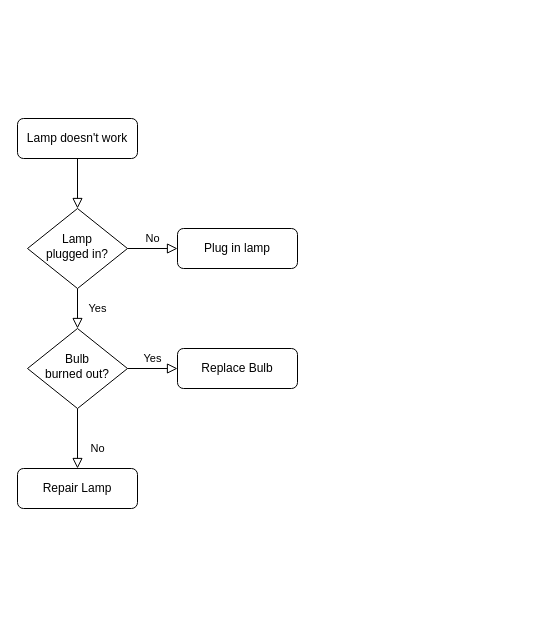
Above: page "Registration" (1 of 15) of Activity Diagram.drawio in shamim36/Final-Defence-Diagram (draw.io), before the change. Source tidied: cells renumbered, new cells numbered last; positions are measured from the earlier drawing's top-left corner, leaving out a move shared by most shapes. Both pictures are drawn from the tidied source at 100%, with x=0, y=0 at pixel (17, 118).
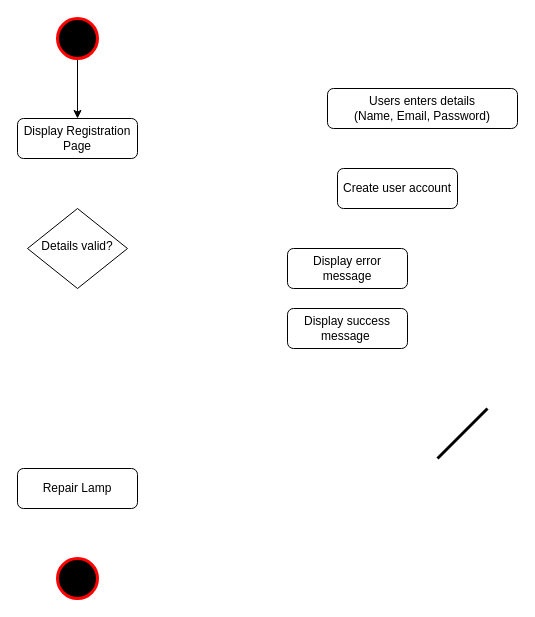
The same diagram, later.

Change to the diagram source:
```diff
@@
 <mxGraphModel>
   <root>
     <mxCell id="0" />
     <mxCell id="1" parent="0" />
-    <mxCell id="2" style="rounded=0;html=1;jettySize=auto;fontSize=11;endArrow=block;endFill=0;endSize=8;strokeWidth=1;shadow=0;labelBackgroundColor=none;edgeStyle=orthogonalEdgeStyle;" parent="1" edge="1" source="3" target="6">
-      <mxGeometry relative="1" as="geometry" />
-    </mxCell>
-    <mxCell id="3" value="Lamp doesn't work" style="rounded=1;whiteSpace=wrap;html=1;fontSize=12;glass=0;strokeWidth=1;shadow=0;" parent="1" vertex="1">
+    <mxCell id="3" value="Display Registration Page" style="rounded=1;whiteSpace=wrap;html=1;fontSize=12;glass=0;strokeWidth=1;shadow=0;" parent="1" vertex="1">
       <mxGeometry width="120" height="40" as="geometry" />
     </mxCell>
-    <mxCell id="4" value="Yes" style="rounded=0;html=1;jettySize=auto;fontSize=11;endArrow=block;endFill=0;endSize=8;strokeWidth=1;shadow=0;labelBackgroundColor=none;edgeStyle=orthogonalEdgeStyle;" parent="1" edge="1" source="6" target="10">
-      <mxGeometry y="20" relative="1" as="geometry" />
-    </mxCell>
-    <mxCell id="5" value="No" style="edgeStyle=orthogonalEdgeStyle;rounded=0;html=1;jettySize=auto;fontSize=11;endArrow=block;endFill=0;endSize=8;strokeWidth=1;shadow=0;labelBackgroundColor=none;" parent="1" edge="1" source="6" target="7">
-      <mxGeometry y="10" relative="1" as="geometry" />
-    </mxCell>
-    <mxCell id="6" value="Lamp&lt;br&gt;plugged in?" style="rhombus;whiteSpace=wrap;html=1;shadow=0;fontFamily=Helvetica;fontSize=12;align=center;strokeWidth=1;spacing=6;spacingTop=-4;" parent="1" vertex="1">
+    <mxCell id="6" value="Details valid?" style="rhombus;whiteSpace=wrap;html=1;shadow=0;fontFamily=Helvetica;fontSize=12;align=center;strokeWidth=1;spacing=6;spacingTop=-4;" parent="1" vertex="1">
       <mxGeometry x="10" y="90" width="100" height="80" as="geometry" />
     </mxCell>
-    <mxCell id="7" value="Plug in lamp" style="rounded=1;whiteSpace=wrap;html=1;fontSize=12;glass=0;strokeWidth=1;shadow=0;" parent="1" vertex="1">
-      <mxGeometry x="160" y="110" width="120" height="40" as="geometry" />
+    <mxCell id="7" value="Users enters details&lt;div&gt;(Name, Email, Password)&lt;/div&gt;" style="rounded=1;whiteSpace=wrap;html=1;fontSize=12;glass=0;strokeWidth=1;shadow=0;" parent="1" vertex="1">
+      <mxGeometry x="310" y="-30" width="190" height="40" as="geometry" />
     </mxCell>
-    <mxCell id="8" value="No" style="rounded=0;html=1;jettySize=auto;fontSize=11;endArrow=block;endFill=0;endSize=8;strokeWidth=1;shadow=0;labelBackgroundColor=none;edgeStyle=orthogonalEdgeStyle;" parent="1" edge="1" source="10" target="11">
-      <mxGeometry x="0.33" y="20" relative="1" as="geometry" />
-    </mxCell>
-    <mxCell id="9" value="Yes" style="edgeStyle=orthogonalEdgeStyle;rounded=0;html=1;jettySize=auto;fontSize=11;endArrow=block;endFill=0;endSize=8;strokeWidth=1;shadow=0;labelBackgroundColor=none;" parent="1" edge="1" source="10" target="12">
-      <mxGeometry y="10" relative="1" as="geometry" />
-    </mxCell>
-    <mxCell id="10" value="Bulb&lt;br&gt;burned out?" style="rhombus;whiteSpace=wrap;html=1;shadow=0;fontFamily=Helvetica;fontSize=12;align=center;strokeWidth=1;spacing=6;spacingTop=-4;" parent="1" vertex="1">
-      <mxGeometry x="10" y="210" width="100" height="80" as="geometry" />
-    </mxCell>
     <mxCell id="11" value="Repair Lamp" style="rounded=1;whiteSpace=wrap;html=1;fontSize=12;glass=0;strokeWidth=1;shadow=0;" parent="1" vertex="1">
       <mxGeometry y="350" width="120" height="40" as="geometry" />
     </mxCell>
-    <mxCell id="12" value="Replace Bulb" style="rounded=1;whiteSpace=wrap;html=1;fontSize=12;glass=0;strokeWidth=1;shadow=0;" parent="1" vertex="1">
-      <mxGeometry x="160" y="230" width="120" height="40" as="geometry" />
+    <mxCell id="12" value="Create user account" style="rounded=1;whiteSpace=wrap;html=1;fontSize=12;glass=0;strokeWidth=1;shadow=0;" parent="1" vertex="1">
+      <mxGeometry x="320" y="50" width="120" height="40" as="geometry" />
     </mxCell>
+    <mxCell id="13" style="endArrow=none;html=1;rounded=0;strokeWidth=3;" parent="1" edge="1">
+      <mxGeometry relative="1" as="geometry">
+        <mxPoint x="420" y="340" as="sourcePoint" />
+        <mxPoint x="470" y="290" as="targetPoint" />
+      </mxGeometry>
+    </mxCell>
+    <mxCell id="14" style="strokeWidth=3;html=1;shape=mxgraph.flowchart.start_2;whiteSpace=wrap;sketch=0;fillStyle=solid;strokeColor=light-dark(#FF0000,#EDEDED);align=center;verticalAlign=middle;fontFamily=Helvetica;fontSize=12;fontColor=default;fillColor=#000000;" parent="1" vertex="1">
+      <mxGeometry x="40" y="440" width="40" height="40" as="geometry" />
+    </mxCell>
+    <mxCell id="15" style="edgeStyle=orthogonalEdgeStyle;rounded=0;jettySize=auto;html=1;exitX=0.5;exitY=1;exitDx=0;exitDy=0;exitPerimeter=0;fontFamily=Helvetica;fontSize=12;fontColor=default;" parent="1" edge="1" source="16" target="3">
+      <mxGeometry relative="1" as="geometry" />
+    </mxCell>
+    <mxCell id="16" style="strokeWidth=3;html=1;shape=mxgraph.flowchart.start_2;whiteSpace=wrap;sketch=0;fillStyle=solid;strokeColor=light-dark(#FF0000,#EDEDED);align=center;verticalAlign=middle;fontFamily=Helvetica;fontSize=12;fontColor=default;fillColor=#000000;" parent="1" vertex="1">
+      <mxGeometry x="40" y="-100" width="40" height="40" as="geometry" />
+    </mxCell>
+    <mxCell id="17" value="Display error message" style="rounded=1;whiteSpace=wrap;html=1;fontSize=12;glass=0;strokeWidth=1;shadow=0;" parent="1" vertex="1">
+      <mxGeometry x="270" y="130" width="120" height="40" as="geometry" />
+    </mxCell>
+    <mxCell id="18" value="Display success message&amp;nbsp;" style="rounded=1;whiteSpace=wrap;html=1;fontSize=12;glass=0;strokeWidth=1;shadow=0;" parent="1" vertex="1">
+      <mxGeometry x="270" y="190" width="120" height="40" as="geometry" />
+    </mxCell>
   </root>
 </mxGraphModel>
```
